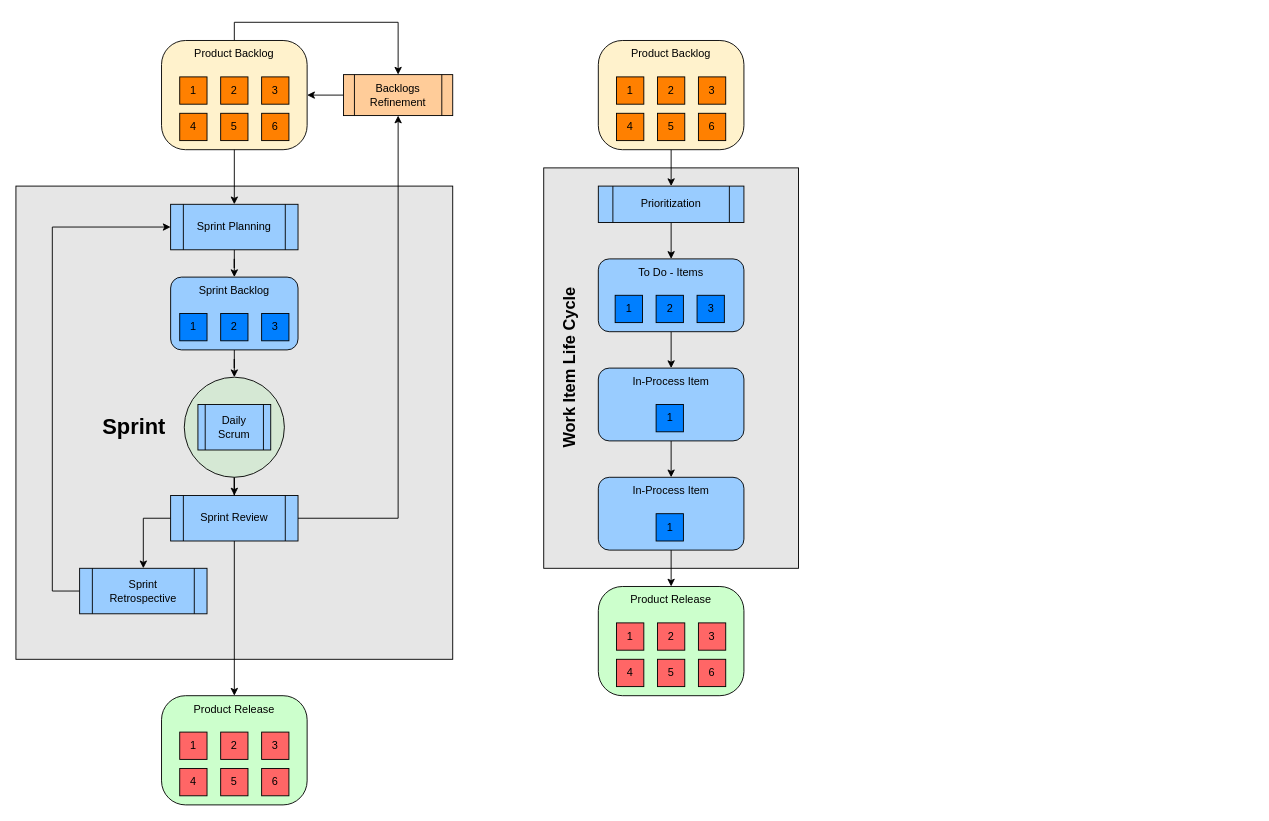
This is resources/Agile-Flow.drawio from SimonFurtm/hiketours, a draw.io file, before an edit. Source tidied: cells renumbered, new cells numbered last; positions are measured from the earlier drawing's top-left corner, leaving out a move shared by most shapes. Both pictures are drawn from the tidied source at 91%, with x=0, y=0 at pixel (15, 22).
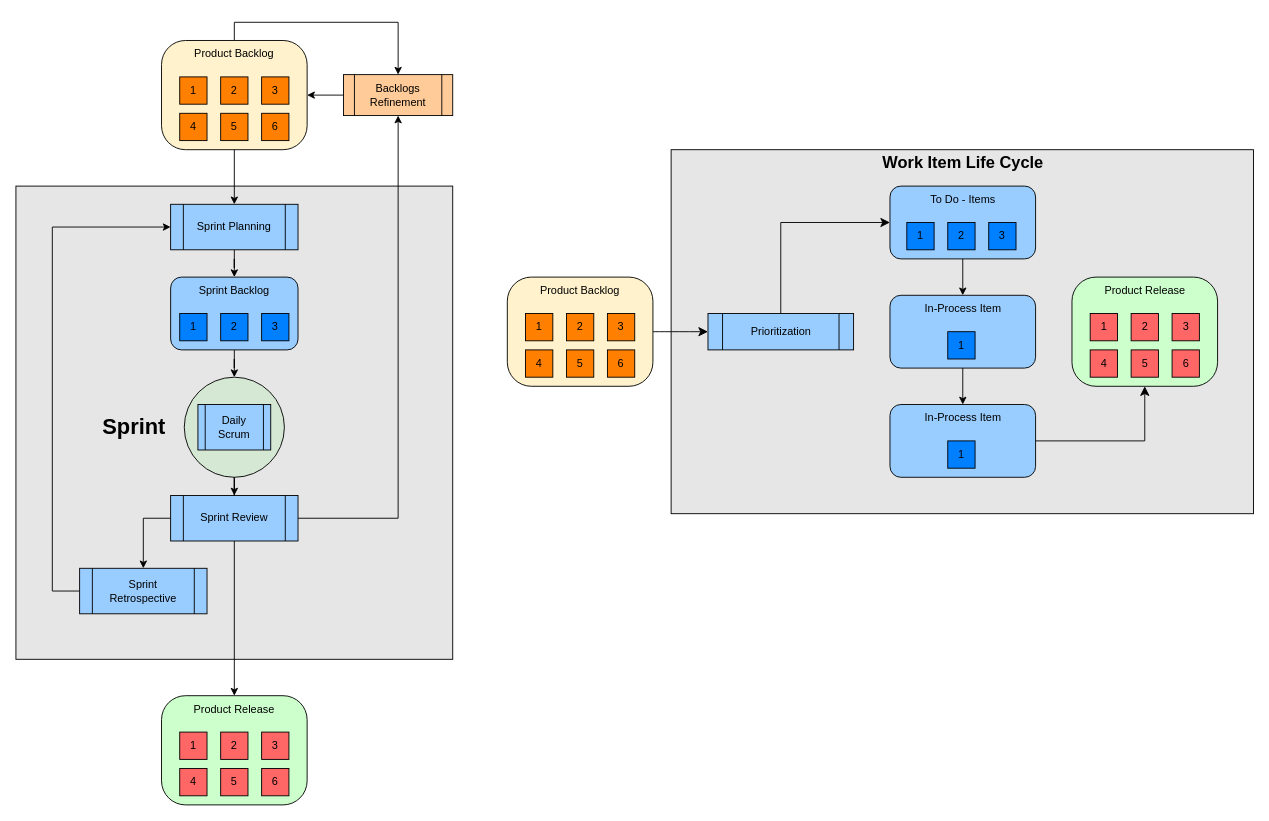
After the change.

The edit, as a diff of the source:
```diff
@@
     <mxCell id="41" style="rounded=0;whiteSpace=wrap;html=1;fillColor=#E6E6E6;" parent="1" vertex="1">
-      <mxGeometry x="580" y="160" width="280" height="440" as="geometry" />
+      <mxGeometry x="720" y="140" width="640" height="400" as="geometry" />
     </mxCell>
-    <mxCell id="42" style="edgeStyle=orthogonalEdgeStyle;rounded=0;jettySize=auto;html=1;entryX=0.5;entryY=0;entryDx=0;entryDy=0;exitX=0.5;exitY=1;exitDx=0;exitDy=0;" parent="1" edge="1" source="43" target="53">
+    <mxCell id="42" style="edgeStyle=none;curved=1;rounded=0;jettySize=auto;html=1;entryX=0;entryY=0.5;entryDx=0;entryDy=0;fontSize=12;startSize=8;endSize=8;" parent="1" edge="1" source="43" target="53">
       <mxGeometry relative="1" as="geometry" />
     </mxCell>
     <mxCell id="43" style="rounded=1;whiteSpace=wrap;html=1;arcSize=22;fillColor=#FFF2CC;" parent="1" vertex="1">
-      <mxGeometry x="640" y="20" width="160" height="120" as="geometry" />
+      <mxGeometry x="540" y="280" width="160" height="120" as="geometry" />
     </mxCell>
     <mxCell id="44" value="Product Backlog" style="text;html=1;strokeColor=none;fillColor=none;align=center;verticalAlign=middle;whiteSpace=wrap;rounded=0;" parent="1" vertex="1">
-      <mxGeometry x="640" y="20" width="160" height="30" as="geometry" />
+      <mxGeometry x="540" y="280" width="160" height="30" as="geometry" />
     </mxCell>
     <mxCell id="45" value="1" style="rounded=0;whiteSpace=wrap;html=1;fillColor=#FF8000;" parent="1" vertex="1">
-      <mxGeometry x="660" y="60" width="30" height="30" as="geometry" />
+      <mxGeometry x="560" y="320" width="30" height="30" as="geometry" />
     </mxCell>
     <mxCell id="46" value="4" style="rounded=0;whiteSpace=wrap;html=1;fillColor=#FF8000;" parent="1" vertex="1">
-      <mxGeometry x="660" y="100" width="30" height="30" as="geometry" />
+      <mxGeometry x="560" y="360" width="30" height="30" as="geometry" />
     </mxCell>
     <mxCell id="47" value="2" style="rounded=0;whiteSpace=wrap;html=1;fillColor=#FF8000;" parent="1" vertex="1">
-      <mxGeometry x="705" y="60" width="30" height="30" as="geometry" />
+      <mxGeometry x="605" y="320" width="30" height="30" as="geometry" />
     </mxCell>
     <mxCell id="48" value="3" style="rounded=0;whiteSpace=wrap;html=1;fillColor=#FF8000;" parent="1" vertex="1">
-      <mxGeometry x="750" y="60" width="30" height="30" as="geometry" />
+      <mxGeometry x="650" y="320" width="30" height="30" as="geometry" />
     </mxCell>
     <mxCell id="49" value="5" style="rounded=0;whiteSpace=wrap;html=1;fillColor=#FF8000;" parent="1" vertex="1">
-      <mxGeometry x="705" y="100" width="30" height="30" as="geometry" />
+      <mxGeometry x="605" y="360" width="30" height="30" as="geometry" />
     </mxCell>
     <mxCell id="50" value="6" style="rounded=0;whiteSpace=wrap;html=1;fillColor=#FF8000;" parent="1" vertex="1">
-      <mxGeometry x="750" y="100" width="30" height="30" as="geometry" />
+      <mxGeometry x="650" y="360" width="30" height="30" as="geometry" />
     </mxCell>
-    <mxCell id="51" value="&lt;font style=&quot;font-size: 18px;&quot;&gt;&lt;b&gt;Work Item Life Cycle&lt;/b&gt;&lt;/font&gt;" style="text;html=1;strokeColor=none;fillColor=none;align=center;verticalAlign=middle;whiteSpace=wrap;rounded=0;rotation=-90;" parent="1" vertex="1">
-      <mxGeometry x="513.5" y="365" width="190" height="30" as="geometry" />
+    <mxCell id="51" value="&lt;font style=&quot;font-size: 18px;&quot;&gt;&lt;b&gt;Work Item Life Cycle&lt;/b&gt;&lt;/font&gt;" style="text;html=1;strokeColor=none;fillColor=none;align=center;verticalAlign=middle;whiteSpace=wrap;rounded=0;rotation=0;" parent="1" vertex="1">
+      <mxGeometry x="945.5" y="140" width="190" height="30" as="geometry" />
     </mxCell>
-    <mxCell id="52" style="edgeStyle=orthogonalEdgeStyle;rounded=0;jettySize=auto;html=1;entryX=0.5;entryY=0;entryDx=0;entryDy=0;" parent="1" edge="1" source="53" target="56">
-      <mxGeometry relative="1" as="geometry" />
-    </mxCell>
+    <mxCell id="76" style="edgeStyle=orthogonalEdgeStyle;rounded=0;jettySize=auto;html=1;entryX=0;entryY=0.5;entryDx=0;entryDy=0;fontSize=12;startSize=8;endSize=8;" parent="1" edge="1" source="53" target="55">
+      <mxGeometry relative="1" as="geometry">
+        <Array as="points">
+          <mxPoint x="841" y="220" />
+        </Array>
+      </mxGeometry>
+    </mxCell>
     <mxCell id="53" value="Prioritization" style="shape=process;whiteSpace=wrap;html=1;backgroundOutline=1;fillColor=#99CCFF;" parent="1" vertex="1">
-      <mxGeometry x="640" y="180" width="160" height="40" as="geometry" />
+      <mxGeometry x="760.5" y="320" width="160" height="40" as="geometry" />
     </mxCell>
@@
     <mxCell id="55" style="rounded=1;whiteSpace=wrap;html=1;fillColor=#99CCFF;" parent="1" vertex="1">
-      <mxGeometry x="640" y="260" width="160" height="80" as="geometry" />
+      <mxGeometry x="960.5" y="180" width="160" height="80" as="geometry" />
     </mxCell>
     <mxCell id="56" value="To Do - Items" style="text;html=1;strokeColor=none;fillColor=none;align=center;verticalAlign=middle;whiteSpace=wrap;rounded=0;" parent="1" vertex="1">
-      <mxGeometry x="640" y="260" width="160" height="30" as="geometry" />
+      <mxGeometry x="960.5" y="180" width="160" height="30" as="geometry" />
     </mxCell>
     <mxCell id="57" value="1" style="rounded=0;whiteSpace=wrap;html=1;fillColor=#007FFF;" parent="1" vertex="1">
-      <mxGeometry x="658.5" y="300" width="30" height="30" as="geometry" />
+      <mxGeometry x="979" y="220" width="30" height="30" as="geometry" />
     </mxCell>
     <mxCell id="58" value="2" style="rounded=0;whiteSpace=wrap;html=1;fillColor=#007FFF;" parent="1" vertex="1">
-      <mxGeometry x="703.5" y="300" width="30" height="30" as="geometry" />
+      <mxGeometry x="1024" y="220" width="30" height="30" as="geometry" />
     </mxCell>
     <mxCell id="59" value="3" style="rounded=0;whiteSpace=wrap;html=1;fillColor=#007FFF;" parent="1" vertex="1">
-      <mxGeometry x="748.5" y="300" width="30" height="30" as="geometry" />
+      <mxGeometry x="1069" y="220" width="30" height="30" as="geometry" />
     </mxCell>
@@
     <mxCell id="61" style="rounded=1;whiteSpace=wrap;html=1;fillColor=#99CCFF;" parent="1" vertex="1">
-      <mxGeometry x="640" y="380" width="160" height="80" as="geometry" />
+      <mxGeometry x="960.5" y="300" width="160" height="80" as="geometry" />
     </mxCell>
     <mxCell id="62" value="In-Process Item" style="text;html=1;strokeColor=none;fillColor=none;align=center;verticalAlign=middle;whiteSpace=wrap;rounded=0;" parent="1" vertex="1">
-      <mxGeometry x="640" y="380" width="160" height="30" as="geometry" />
+      <mxGeometry x="960.5" y="300" width="160" height="30" as="geometry" />
     </mxCell>
     <mxCell id="63" value="1" style="rounded=0;whiteSpace=wrap;html=1;fillColor=#007FFF;" parent="1" vertex="1">
-      <mxGeometry x="703.5" y="420" width="30" height="30" as="geometry" />
+      <mxGeometry x="1024" y="340" width="30" height="30" as="geometry" />
     </mxCell>
-    <mxCell id="64" style="edgeStyle=orthogonalEdgeStyle;rounded=0;jettySize=auto;html=1;entryX=0.5;entryY=0;entryDx=0;entryDy=0;" parent="1" edge="1" source="65" target="69">
-      <mxGeometry relative="1" as="geometry" />
-    </mxCell>
+    <mxCell id="77" style="edgeStyle=orthogonalEdgeStyle;rounded=0;jettySize=auto;html=1;entryX=0.5;entryY=1;entryDx=0;entryDy=0;fontSize=12;startSize=8;endSize=8;" parent="1" edge="1" source="65" target="68">
+      <mxGeometry relative="1" as="geometry" />
+    </mxCell>
     <mxCell id="65" style="rounded=1;whiteSpace=wrap;html=1;fillColor=#99CCFF;" parent="1" vertex="1">
-      <mxGeometry x="640" y="500" width="160" height="80" as="geometry" />
+      <mxGeometry x="960.5" y="420" width="160" height="80" as="geometry" />
     </mxCell>
     <mxCell id="66" value="In-Process Item" style="text;html=1;strokeColor=none;fillColor=none;align=center;verticalAlign=middle;whiteSpace=wrap;rounded=0;" parent="1" vertex="1">
-      <mxGeometry x="640" y="500" width="160" height="30" as="geometry" />
+      <mxGeometry x="960.5" y="420" width="160" height="30" as="geometry" />
     </mxCell>
     <mxCell id="67" value="1" style="rounded=0;whiteSpace=wrap;html=1;fillColor=#007FFF;" parent="1" vertex="1">
-      <mxGeometry x="703.5" y="540" width="30" height="30" as="geometry" />
+      <mxGeometry x="1024" y="460" width="30" height="30" as="geometry" />
     </mxCell>
     <mxCell id="68" style="rounded=1;whiteSpace=wrap;html=1;arcSize=22;fillColor=#CCFFCC;" parent="1" vertex="1">
-      <mxGeometry x="640" y="620" width="160" height="120" as="geometry" />
+      <mxGeometry x="1160.5" y="280" width="160" height="120" as="geometry" />
     </mxCell>
     <mxCell id="69" value="Product Release" style="text;html=1;strokeColor=none;fillColor=none;align=center;verticalAlign=middle;whiteSpace=wrap;rounded=0;" parent="1" vertex="1">
-      <mxGeometry x="640" y="620" width="160" height="30" as="geometry" />
+      <mxGeometry x="1160.5" y="280" width="160" height="30" as="geometry" />
     </mxCell>
     <mxCell id="70" value="1" style="rounded=0;whiteSpace=wrap;html=1;fillColor=#FF6666;" parent="1" vertex="1">
-      <mxGeometry x="660" y="660" width="30" height="30" as="geometry" />
+      <mxGeometry x="1180.5" y="320" width="30" height="30" as="geometry" />
     </mxCell>
     <mxCell id="71" value="4" style="rounded=0;whiteSpace=wrap;html=1;fillColor=#FF6666;" parent="1" vertex="1">
-      <mxGeometry x="660" y="700" width="30" height="30" as="geometry" />
+      <mxGeometry x="1180.5" y="360" width="30" height="30" as="geometry" />
     </mxCell>
     <mxCell id="72" value="2" style="rounded=0;whiteSpace=wrap;html=1;fillColor=#FF6666;" parent="1" vertex="1">
-      <mxGeometry x="705" y="660" width="30" height="30" as="geometry" />
+      <mxGeometry x="1225.5" y="320" width="30" height="30" as="geometry" />
     </mxCell>
     <mxCell id="73" value="3" style="rounded=0;whiteSpace=wrap;html=1;fillColor=#FF6666;" parent="1" vertex="1">
-      <mxGeometry x="750" y="660" width="30" height="30" as="geometry" />
+      <mxGeometry x="1270.5" y="320" width="30" height="30" as="geometry" />
     </mxCell>
     <mxCell id="74" value="5" style="rounded=0;whiteSpace=wrap;html=1;fillColor=#FF6666;" parent="1" vertex="1">
-      <mxGeometry x="705" y="700" width="30" height="30" as="geometry" />
+      <mxGeometry x="1225.5" y="360" width="30" height="30" as="geometry" />
     </mxCell>
     <mxCell id="75" value="6" style="rounded=0;whiteSpace=wrap;html=1;fillColor=#FF6666;" parent="1" vertex="1">
-      <mxGeometry x="750" y="700" width="30" height="30" as="geometry" />
+      <mxGeometry x="1270.5" y="360" width="30" height="30" as="geometry" />
     </mxCell>
```
